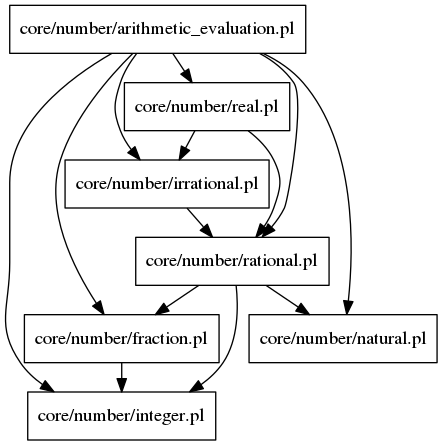
Above: docs/core/number/arithmetic_evaluation.png in lluisalemanypuig/sycalc (Graphviz), before the change. Its source is kept beside it as docs/.cache/core/number/arithmetic_evaluation.dot. Source of this version:
```dot
digraph file_graph {
node [shape=rectangle]
nodesep = 0.1
ranksep = 0.3
"core/number/fraction.pl" -> "core/number/integer.pl"
"core/number/irrational.pl" -> "core/number/rational.pl"
"core/number/real.pl" -> "core/number/irrational.pl"
"core/number/real.pl" -> "core/number/rational.pl"
"core/number/arithmetic_evaluation.pl" -> "core/number/integer.pl"
"core/number/arithmetic_evaluation.pl" -> "core/number/natural.pl"
"core/number/arithmetic_evaluation.pl" -> "core/number/fraction.pl"
"core/number/arithmetic_evaluation.pl" -> "core/number/irrational.pl"
"core/number/arithmetic_evaluation.pl" -> "core/number/real.pl"
"core/number/arithmetic_evaluation.pl" -> "core/number/rational.pl"
"core/number/rational.pl" -> "core/number/integer.pl"
"core/number/rational.pl" -> "core/number/natural.pl"
"core/number/rational.pl" -> "core/number/fraction.pl"
}
```
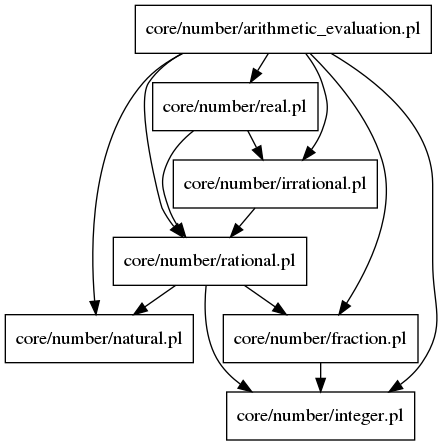
Later version of the same file.

Diff of the diagram source:
```diff
@@ -2,17 +2,17 @@
 node [shape=rectangle]
 nodesep = 0.1
 ranksep = 0.3
+"core/number/arithmetic_evaluation.pl" -> "core/number/natural.pl"
+"core/number/arithmetic_evaluation.pl" -> "core/number/rational.pl"
+"core/number/arithmetic_evaluation.pl" -> "core/number/real.pl"
+"core/number/arithmetic_evaluation.pl" -> "core/number/fraction.pl"
+"core/number/arithmetic_evaluation.pl" -> "core/number/integer.pl"
+"core/number/arithmetic_evaluation.pl" -> "core/number/irrational.pl"
 "core/number/fraction.pl" -> "core/number/integer.pl"
-"core/number/irrational.pl" -> "core/number/rational.pl"
-"core/number/real.pl" -> "core/number/irrational.pl"
-"core/number/real.pl" -> "core/number/rational.pl"
-"core/number/arithmetic_evaluation.pl" -> "core/number/integer.pl"
-"core/number/arithmetic_evaluation.pl" -> "core/number/natural.pl"
-"core/number/arithmetic_evaluation.pl" -> "core/number/fraction.pl"
-"core/number/arithmetic_evaluation.pl" -> "core/number/irrational.pl"
-"core/number/arithmetic_evaluation.pl" -> "core/number/real.pl"
-"core/number/arithmetic_evaluation.pl" -> "core/number/rational.pl"
-"core/number/rational.pl" -> "core/number/integer.pl"
 "core/number/rational.pl" -> "core/number/natural.pl"
 "core/number/rational.pl" -> "core/number/fraction.pl"
+"core/number/rational.pl" -> "core/number/integer.pl"
+"core/number/irrational.pl" -> "core/number/rational.pl"
+"core/number/real.pl" -> "core/number/rational.pl"
+"core/number/real.pl" -> "core/number/irrational.pl"
 }
```
